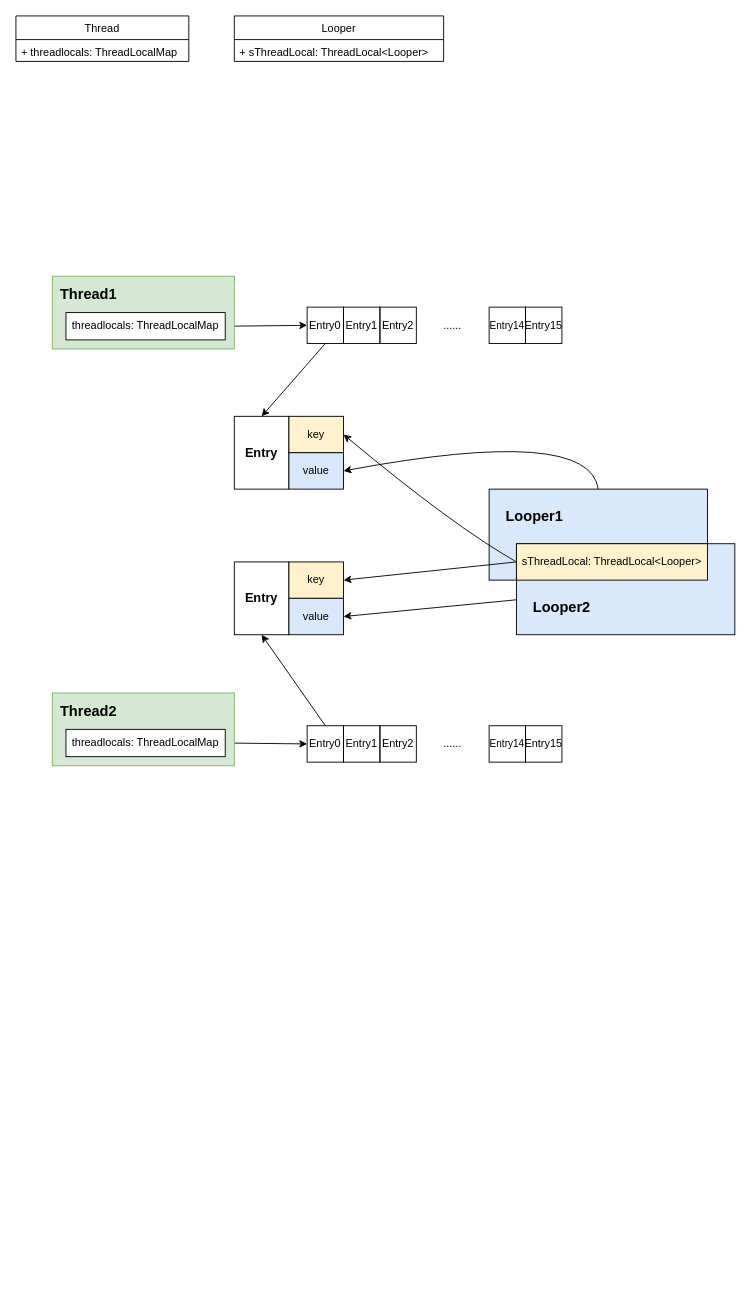
Before: ThreadLocapMap.drawio in yocn/draw.io, a draw.io diagram. Source tidied: cells renumbered, new cells numbered last; positions are measured from the earlier drawing's top-left corner, leaving out a move shared by most shapes. Both pictures are drawn from the tidied source at 91%, with x=0, y=0 at pixel (15, 15).
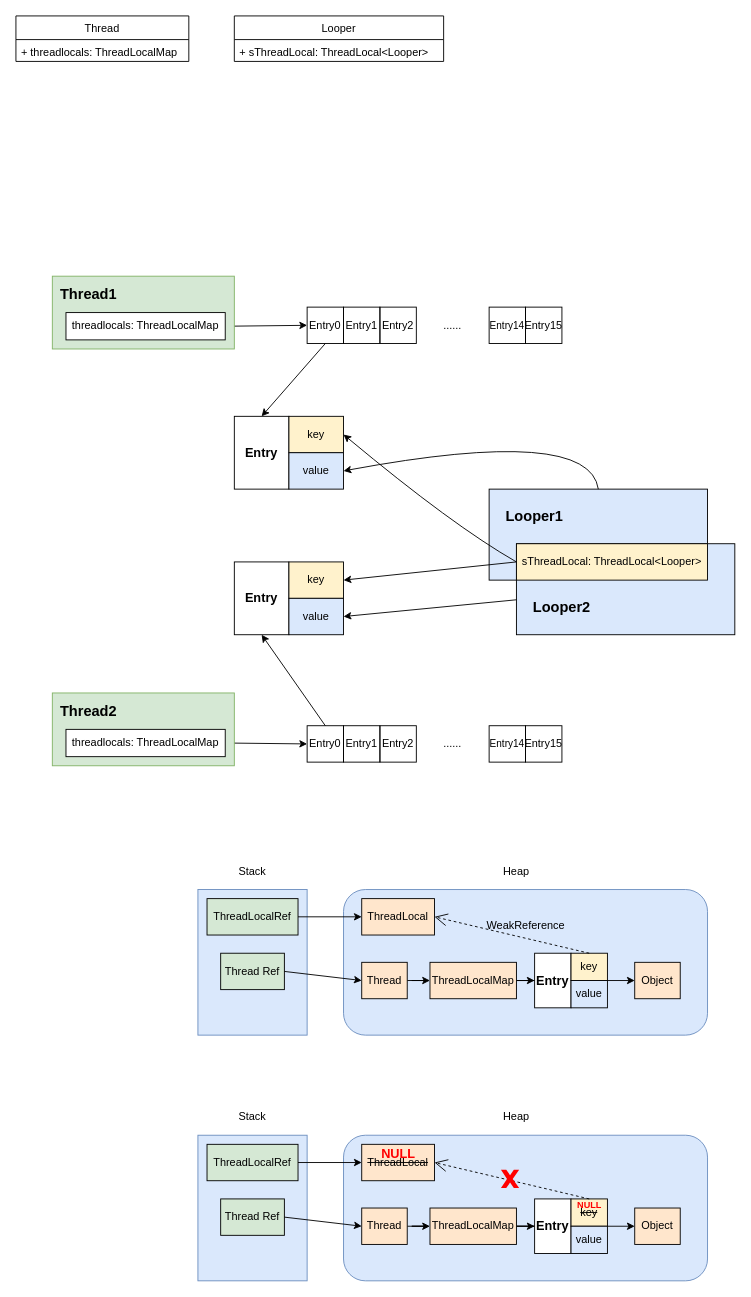
The same diagram, later.

Change to the diagram source:
```diff
@@
+    <mxCell id="43" style="rounded=0;whiteSpace=wrap;html=1;strokeColor=#6c8ebf;fillColor=#dae8fc;" parent="1" vertex="1">
+      <mxGeometry x="200" y="960" width="120" height="160" as="geometry" />
+    </mxCell>
+    <mxCell id="44" value="ThreadLocalRef" style="rounded=0;whiteSpace=wrap;html=1;strokeColor=#000000;fillColor=#d5e8d4;" parent="1" vertex="1">
+      <mxGeometry x="210" y="970" width="100" height="40" as="geometry" />
+    </mxCell>
+    <mxCell id="45" value="Thread Ref" style="rounded=0;whiteSpace=wrap;html=1;strokeColor=#000000;fillColor=#d5e8d4;" parent="1" vertex="1">
+      <mxGeometry x="225" y="1030" width="70" height="40" as="geometry" />
+    </mxCell>
+    <mxCell id="46" style="rounded=1;whiteSpace=wrap;html=1;strokeColor=#6c8ebf;fillColor=#dae8fc;" parent="1" vertex="1">
+      <mxGeometry x="360" y="960" width="400" height="160" as="geometry" />
+    </mxCell>
+    <mxCell id="47" value="Stack" style="text;html=1;strokeColor=none;fillColor=none;align=center;verticalAlign=middle;whiteSpace=wrap;rounded=0;" parent="1" vertex="1">
+      <mxGeometry x="240" y="930" width="40" height="20" as="geometry" />
+    </mxCell>
+    <mxCell id="48" value="Heap" style="text;html=1;strokeColor=none;fillColor=none;align=center;verticalAlign=middle;whiteSpace=wrap;rounded=0;" parent="1" vertex="1">
+      <mxGeometry x="530" y="930" width="40" height="20" as="geometry" />
+    </mxCell>
+    <mxCell id="49" value="ThreadLocal" style="rounded=0;whiteSpace=wrap;html=1;strokeColor=#000000;fillColor=#ffe6cc;" parent="1" vertex="1">
+      <mxGeometry x="380" y="970" width="80" height="40" as="geometry" />
+    </mxCell>
+    <mxCell id="50" style="edgeStyle=orthogonalEdgeStyle;rounded=0;jettySize=auto;html=1;" parent="1" edge="1" source="51" target="53">
+      <mxGeometry relative="1" as="geometry" />
+    </mxCell>
+    <mxCell id="51" value="Thread" style="rounded=0;whiteSpace=wrap;html=1;strokeColor=#000000;fillColor=#ffe6cc;" parent="1" vertex="1">
+      <mxGeometry x="380" y="1040" width="50" height="40" as="geometry" />
+    </mxCell>
+    <mxCell id="52" style="edgeStyle=orthogonalEdgeStyle;rounded=0;jettySize=auto;html=1;entryX=0;entryY=0.5;entryDx=0;entryDy=0;" parent="1" edge="1" source="53" target="54">
+      <mxGeometry relative="1" as="geometry" />
+    </mxCell>
+    <mxCell id="53" value="ThreadLocalMap" style="rounded=0;whiteSpace=wrap;html=1;strokeColor=#000000;fillColor=#ffe6cc;" parent="1" vertex="1">
+      <mxGeometry x="455" y="1040" width="95" height="40" as="geometry" />
+    </mxCell>
+    <mxCell id="54" value="&lt;b&gt;&lt;font style=&quot;font-size: 14px&quot;&gt;Entry&lt;/font&gt;&lt;/b&gt;" style="rounded=0;whiteSpace=wrap;html=1;" parent="1" vertex="1">
+      <mxGeometry x="570" y="1030" width="40" height="60" as="geometry" />
+    </mxCell>
+    <mxCell id="55" value="key" style="rounded=0;whiteSpace=wrap;html=1;fillColor=#fff2cc;strokeColor=#000000;" parent="1" vertex="1">
+      <mxGeometry x="610" y="1030" width="40" height="30" as="geometry" />
+    </mxCell>
+    <mxCell id="56" value="value" style="rounded=0;whiteSpace=wrap;html=1;fillColor=#dae8fc;strokeColor=#000000;" parent="1" vertex="1">
+      <mxGeometry x="610" y="1060" width="40" height="30" as="geometry" />
+    </mxCell>
+    <mxCell id="57" value="Object" style="rounded=0;whiteSpace=wrap;html=1;strokeColor=#000000;fillColor=#ffe6cc;" parent="1" vertex="1">
+      <mxGeometry x="680" y="1040" width="50" height="40" as="geometry" />
+    </mxCell>
+    <mxCell id="58" style="endArrow=classic;html=1;entryX=0;entryY=0.5;entryDx=0;entryDy=0;exitX=1;exitY=0;exitDx=0;exitDy=0;" parent="1" edge="1" source="56" target="57">
+      <mxGeometry relative="1" as="geometry" />
+    </mxCell>
+    <mxCell id="59" style="endArrow=classic;html=1;entryX=0;entryY=0.5;entryDx=0;entryDy=0;exitX=1;exitY=0.5;exitDx=0;exitDy=0;" parent="1" edge="1" source="45" target="51">
+      <mxGeometry relative="1" as="geometry" />
+    </mxCell>
+    <mxCell id="60" style="endArrow=classic;html=1;entryX=0;entryY=0.5;entryDx=0;entryDy=0;exitX=1;exitY=0.5;exitDx=0;exitDy=0;" parent="1" edge="1" source="44" target="49">
+      <mxGeometry relative="1" as="geometry" />
+    </mxCell>
+    <mxCell id="61" style="endArrow=open;endSize=12;dashed=1;html=1;entryX=1;entryY=0.5;entryDx=0;entryDy=0;exitX=0.5;exitY=0;exitDx=0;exitDy=0;" parent="1" edge="1" source="55" target="49">
+      <mxGeometry relative="1" as="geometry" />
+    </mxCell>
+    <mxCell id="62" value="WeakReference" style="text;html=1;align=center;verticalAlign=middle;labelBackgroundColor=none;" parent="61" vertex="1">
+      <mxGeometry x="0.35" relative="1" as="geometry">
+        <mxPoint x="44.4" y="-3.1" as="offset" />
+      </mxGeometry>
+    </mxCell>
+    <mxCell id="63" style="rounded=0;whiteSpace=wrap;html=1;strokeColor=#6c8ebf;fillColor=#dae8fc;" parent="1" vertex="1">
+      <mxGeometry x="200" y="1230" width="120" height="160" as="geometry" />
+    </mxCell>
+    <mxCell id="64" value="ThreadLocalRef" style="rounded=0;whiteSpace=wrap;html=1;strokeColor=#000000;fillColor=#d5e8d4;" parent="1" vertex="1">
+      <mxGeometry x="210" y="1240" width="100" height="40" as="geometry" />
+    </mxCell>
+    <mxCell id="65" value="Thread Ref" style="rounded=0;whiteSpace=wrap;html=1;strokeColor=#000000;fillColor=#d5e8d4;" parent="1" vertex="1">
+      <mxGeometry x="225" y="1300" width="70" height="40" as="geometry" />
+    </mxCell>
+    <mxCell id="66" style="rounded=1;whiteSpace=wrap;html=1;strokeColor=#6c8ebf;fillColor=#dae8fc;" parent="1" vertex="1">
+      <mxGeometry x="360" y="1230" width="400" height="160" as="geometry" />
+    </mxCell>
+    <mxCell id="67" value="Stack" style="text;html=1;strokeColor=none;fillColor=none;align=center;verticalAlign=middle;whiteSpace=wrap;rounded=0;" parent="1" vertex="1">
+      <mxGeometry x="240" y="1200" width="40" height="20" as="geometry" />
+    </mxCell>
+    <mxCell id="68" value="Heap" style="text;html=1;strokeColor=none;fillColor=none;align=center;verticalAlign=middle;whiteSpace=wrap;rounded=0;" parent="1" vertex="1">
+      <mxGeometry x="530" y="1200" width="40" height="20" as="geometry" />
+    </mxCell>
+    <mxCell id="69" value="&lt;strike&gt;ThreadLocal&lt;/strike&gt;" style="rounded=0;whiteSpace=wrap;html=1;strokeColor=#000000;fillColor=#ffe6cc;" parent="1" vertex="1">
+      <mxGeometry x="380" y="1240" width="80" height="40" as="geometry" />
+    </mxCell>
+    <mxCell id="70" style="edgeStyle=orthogonalEdgeStyle;rounded=0;jettySize=auto;html=1;" parent="1" edge="1" source="71" target="73">
+      <mxGeometry relative="1" as="geometry" />
+    </mxCell>
+    <mxCell id="71" value="Thread" style="rounded=0;whiteSpace=wrap;html=1;strokeColor=#000000;fillColor=#ffe6cc;" parent="1" vertex="1">
+      <mxGeometry x="380" y="1310" width="50" height="40" as="geometry" />
+    </mxCell>
+    <mxCell id="72" style="edgeStyle=orthogonalEdgeStyle;rounded=0;jettySize=auto;html=1;entryX=0;entryY=0.5;entryDx=0;entryDy=0;" parent="1" edge="1" source="73" target="74">
+      <mxGeometry relative="1" as="geometry" />
+    </mxCell>
+    <mxCell id="73" value="ThreadLocalMap" style="rounded=0;whiteSpace=wrap;html=1;strokeColor=#000000;fillColor=#ffe6cc;" parent="1" vertex="1">
+      <mxGeometry x="455" y="1310" width="95" height="40" as="geometry" />
+    </mxCell>
+    <mxCell id="74" value="&lt;b&gt;&lt;font style=&quot;font-size: 14px&quot;&gt;Entry&lt;/font&gt;&lt;/b&gt;" style="rounded=0;whiteSpace=wrap;html=1;" parent="1" vertex="1">
+      <mxGeometry x="570" y="1300" width="40" height="60" as="geometry" />
+    </mxCell>
+    <mxCell id="75" value="&lt;strike&gt;key&lt;/strike&gt;" style="rounded=0;whiteSpace=wrap;html=1;fillColor=#fff2cc;strokeColor=#000000;" parent="1" vertex="1">
+      <mxGeometry x="610" y="1300" width="40" height="30" as="geometry" />
+    </mxCell>
+    <mxCell id="76" value="value" style="rounded=0;whiteSpace=wrap;html=1;fillColor=#dae8fc;strokeColor=#000000;" parent="1" vertex="1">
+      <mxGeometry x="610" y="1330" width="40" height="30" as="geometry" />
+    </mxCell>
+    <mxCell id="77" value="Object" style="rounded=0;whiteSpace=wrap;html=1;strokeColor=#000000;fillColor=#ffe6cc;" parent="1" vertex="1">
+      <mxGeometry x="680" y="1310" width="50" height="40" as="geometry" />
+    </mxCell>
+    <mxCell id="78" style="endArrow=classic;html=1;entryX=0;entryY=0.5;entryDx=0;entryDy=0;exitX=1;exitY=0;exitDx=0;exitDy=0;" parent="1" edge="1" source="76" target="77">
+      <mxGeometry relative="1" as="geometry" />
+    </mxCell>
+    <mxCell id="79" style="endArrow=classic;html=1;entryX=0;entryY=0.5;entryDx=0;entryDy=0;exitX=1;exitY=0.5;exitDx=0;exitDy=0;" parent="1" edge="1" source="65" target="71">
+      <mxGeometry relative="1" as="geometry" />
+    </mxCell>
+    <mxCell id="80" style="endArrow=classic;html=1;entryX=0;entryY=0.5;entryDx=0;entryDy=0;exitX=1;exitY=0.5;exitDx=0;exitDy=0;" parent="1" edge="1" source="64" target="69">
+      <mxGeometry relative="1" as="geometry" />
+    </mxCell>
+    <mxCell id="81" style="endArrow=open;endSize=12;dashed=1;html=1;entryX=1;entryY=0.5;entryDx=0;entryDy=0;exitX=0.5;exitY=0;exitDx=0;exitDy=0;" parent="1" edge="1" source="75" target="69">
+      <mxGeometry relative="1" as="geometry" />
+    </mxCell>
+    <mxCell id="82" style="verticalLabelPosition=bottom;verticalAlign=top;html=1;shape=mxgraph.basic.x;labelBackgroundColor=none;strokeColor=none;fillColor=#FF0000;" parent="1" vertex="1">
+      <mxGeometry x="533" y="1268" width="20" height="20" as="geometry" />
+    </mxCell>
+    <mxCell id="83" value="&lt;font color=&quot;#ff0000&quot; size=&quot;1&quot;&gt;&lt;b style=&quot;font-size: 14px&quot;&gt;NULL&lt;/b&gt;&lt;/font&gt;" style="text;html=1;align=center;verticalAlign=middle;" parent="1" vertex="1">
+      <mxGeometry x="395" y="1240" width="50" height="20" as="geometry" />
+    </mxCell>
+    <mxCell id="84" value="&lt;font color=&quot;#ff0000&quot; size=&quot;1&quot;&gt;&lt;b&gt;NULL&lt;/b&gt;&lt;/font&gt;" style="text;html=1;align=center;verticalAlign=middle;" parent="1" vertex="1">
+      <mxGeometry x="605" y="1296" width="50" height="20" as="geometry" />
+    </mxCell>
```
